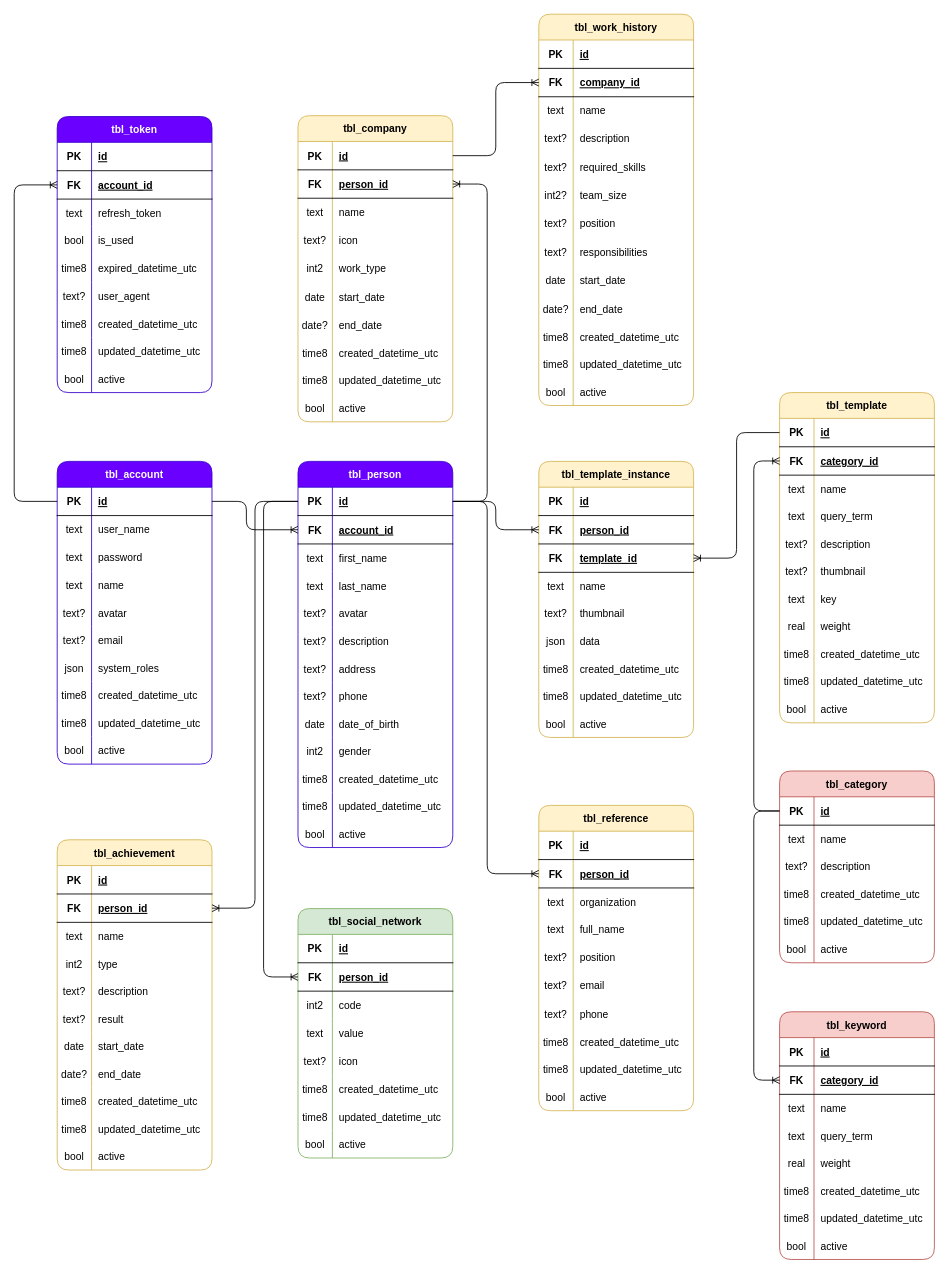
Earlier version of the draw.io diagram Docs/er-diagram.drawio (dong-nguyen-hd/management-my-cv). Source tidied: cells renumbered, new cells numbered last; positions are measured from the earlier drawing's top-left corner, leaving out a move shared by most shapes. Both pictures are drawn from the tidied source at 86%, with x=0, y=0 at pixel (14, 14).
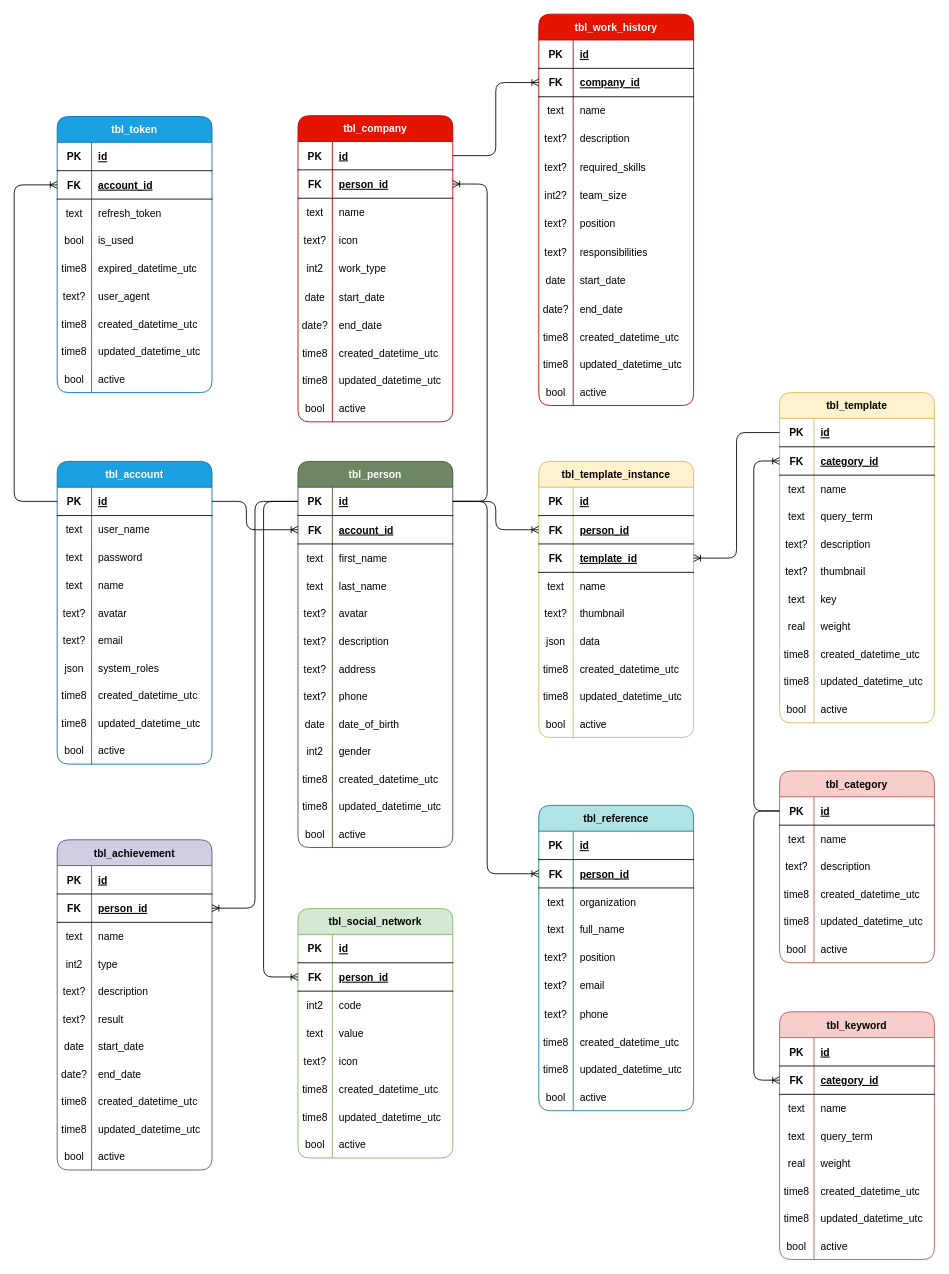
The same diagram, later.

Change to the diagram source:
```diff
@@
-    <mxCell id="2" value="tbl_person" style="shape=table;startSize=30;childLayout=tableLayout;rowLines=0;fontStyle=1;align=center;fillColor=#6a00ff;strokeColor=#3700CC;rounded=1;shadow=0;swimlaneLine=1;sketch=0;columnLines=1;fontColor=#ffffff;" parent="1" vertex="1">
+    <mxCell id="2" value="tbl_person" style="shape=table;startSize=30;childLayout=tableLayout;rowLines=0;fontStyle=1;align=center;fillColor=#6d8764;strokeColor=#3A5431;rounded=1;shadow=0;swimlaneLine=1;sketch=0;columnLines=1;fontColor=#ffffff;" parent="1" vertex="1">
       <mxGeometry x="330" y="520" width="180" height="449" as="geometry" />
     </mxCell>
@@
-    <mxCell id="42" value="tbl_account" style="shape=table;startSize=30;childLayout=tableLayout;rowLines=0;fontStyle=1;align=center;fillColor=#6a00ff;strokeColor=#3700CC;rounded=1;shadow=0;swimlaneLine=1;sketch=0;columnLines=1;fontColor=#ffffff;" parent="1" vertex="1">
+    <mxCell id="42" value="tbl_account" style="shape=table;startSize=30;childLayout=tableLayout;rowLines=0;fontStyle=1;align=center;fillColor=#1ba1e2;strokeColor=#006EAF;rounded=1;shadow=0;swimlaneLine=1;sketch=0;columnLines=1;fontColor=#ffffff;" parent="1" vertex="1">
       <mxGeometry x="50" y="520" width="180" height="352" as="geometry" />
     </mxCell>
@@
-    <mxCell id="73" value="tbl_token" style="shape=table;startSize=30;childLayout=tableLayout;rowLines=0;fontStyle=1;align=center;fillColor=#6a00ff;strokeColor=#3700CC;rounded=1;shadow=0;swimlaneLine=1;sketch=0;columnLines=1;fontColor=#ffffff;" parent="1" vertex="1">
+    <mxCell id="73" value="tbl_token" style="shape=table;startSize=30;childLayout=tableLayout;rowLines=0;fontStyle=1;align=center;fillColor=#1ba1e2;strokeColor=#006EAF;rounded=1;shadow=0;swimlaneLine=1;sketch=0;columnLines=1;fontColor=#ffffff;" parent="1" vertex="1">
       <mxGeometry x="50" y="119" width="180" height="321" as="geometry" />
     </mxCell>
@@
-    <mxCell id="126" value="tbl_company" style="shape=table;startSize=30;childLayout=tableLayout;rowLines=0;fontStyle=1;align=center;fillColor=#fff2cc;strokeColor=#d6b656;rounded=1;shadow=0;swimlaneLine=1;sketch=0;columnLines=1;" parent="1" vertex="1">
+    <mxCell id="126" value="tbl_company" style="shape=table;startSize=30;childLayout=tableLayout;rowLines=0;fontStyle=1;align=center;fillColor=#e51400;strokeColor=#B20000;rounded=1;shadow=0;swimlaneLine=1;sketch=0;columnLines=1;fontColor=#ffffff;" parent="1" vertex="1">
       <mxGeometry x="330" y="118" width="180" height="356" as="geometry" />
     </mxCell>
@@
-    <mxCell id="157" value="tbl_reference" style="shape=table;startSize=30;childLayout=tableLayout;rowLines=0;fontStyle=1;align=center;fillColor=#fff2cc;strokeColor=#d6b656;rounded=1;shadow=0;swimlaneLine=1;sketch=0;columnLines=1;" parent="1" vertex="1">
+    <mxCell id="157" value="tbl_reference" style="shape=table;startSize=30;childLayout=tableLayout;rowLines=0;fontStyle=1;align=center;fillColor=#b0e3e6;strokeColor=#0e8088;rounded=1;shadow=0;swimlaneLine=1;sketch=0;columnLines=1;" parent="1" vertex="1">
       <mxGeometry x="610" y="920" width="180" height="355" as="geometry" />
     </mxCell>
@@
-    <mxCell id="188" value="tbl_achievement" style="shape=table;startSize=30;childLayout=tableLayout;rowLines=0;fontStyle=1;align=center;fillColor=#fff2cc;strokeColor=#d6b656;rounded=1;shadow=0;swimlaneLine=1;sketch=0;columnLines=1;" parent="1" vertex="1">
+    <mxCell id="188" value="tbl_achievement" style="shape=table;startSize=30;childLayout=tableLayout;rowLines=0;fontStyle=1;align=center;fillColor=#d0cee2;strokeColor=#56517e;rounded=1;shadow=0;swimlaneLine=1;sketch=0;columnLines=1;" parent="1" vertex="1">
       <mxGeometry x="50" y="960" width="180" height="384" as="geometry" />
     </mxCell>
@@
-    <mxCell id="328" value="tbl_work_history" style="shape=table;startSize=30;childLayout=tableLayout;rowLines=0;fontStyle=1;align=center;fillColor=#fff2cc;strokeColor=#d6b656;rounded=1;shadow=0;swimlaneLine=1;sketch=0;columnLines=1;" parent="1" vertex="1">
+    <mxCell id="328" value="tbl_work_history" style="shape=table;startSize=30;childLayout=tableLayout;rowLines=0;fontStyle=1;align=center;fillColor=#e51400;strokeColor=#B20000;rounded=1;shadow=0;swimlaneLine=1;sketch=0;columnLines=1;fontColor=#ffffff;" parent="1" vertex="1">
       <mxGeometry x="610" width="180" height="455" as="geometry" />
     </mxCell>
```
